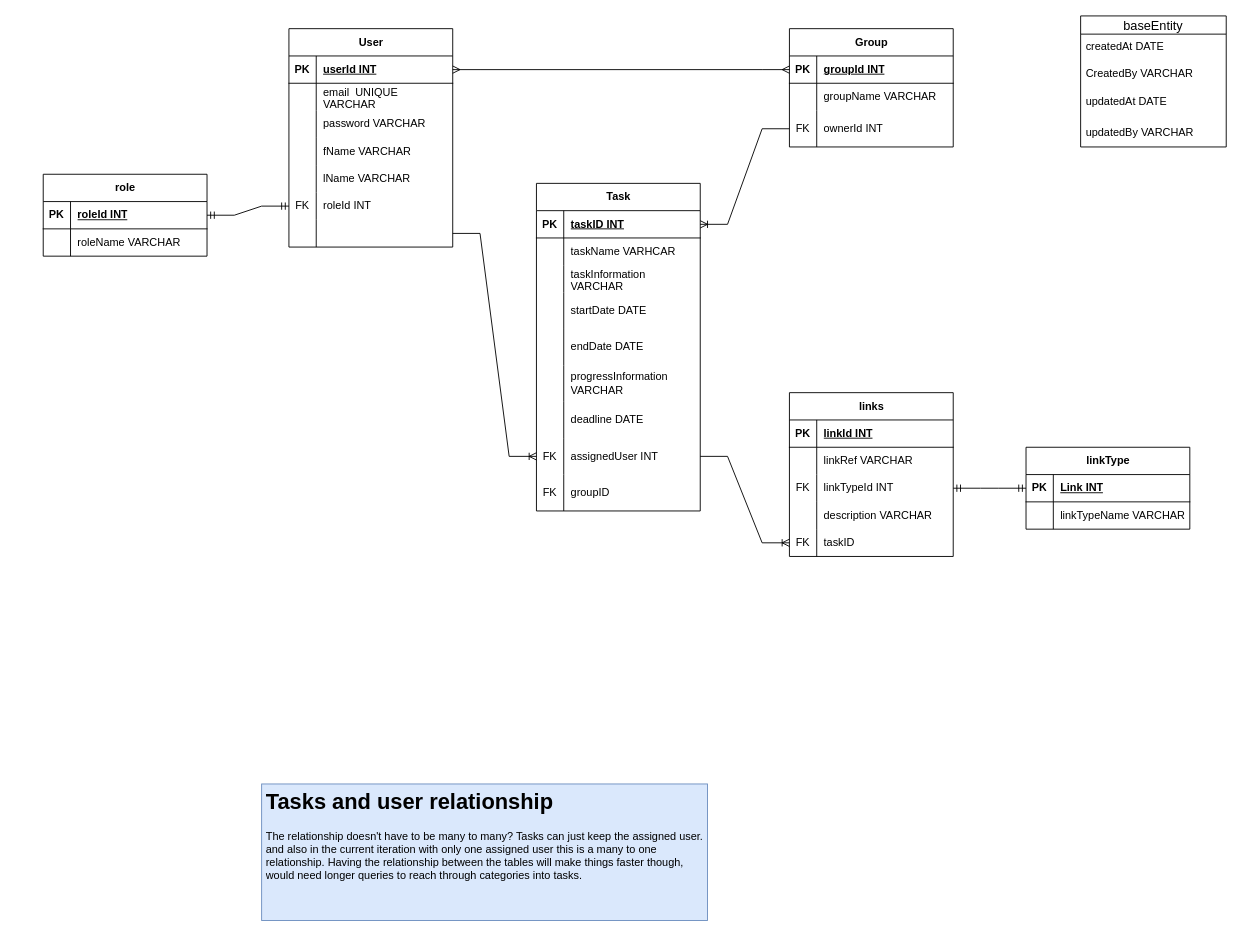
This is other/mockups/database/ERD.drawio from qutsimon/GroupTaskManager, a draw.io file, before an edit. Source tidied: cells renumbered, new cells numbered last; positions are measured from the earlier drawing's top-left corner, leaving out a move shared by most shapes. Both pictures are drawn from the tidied source at 91%, with x=0, y=0 at pixel (43, 15).
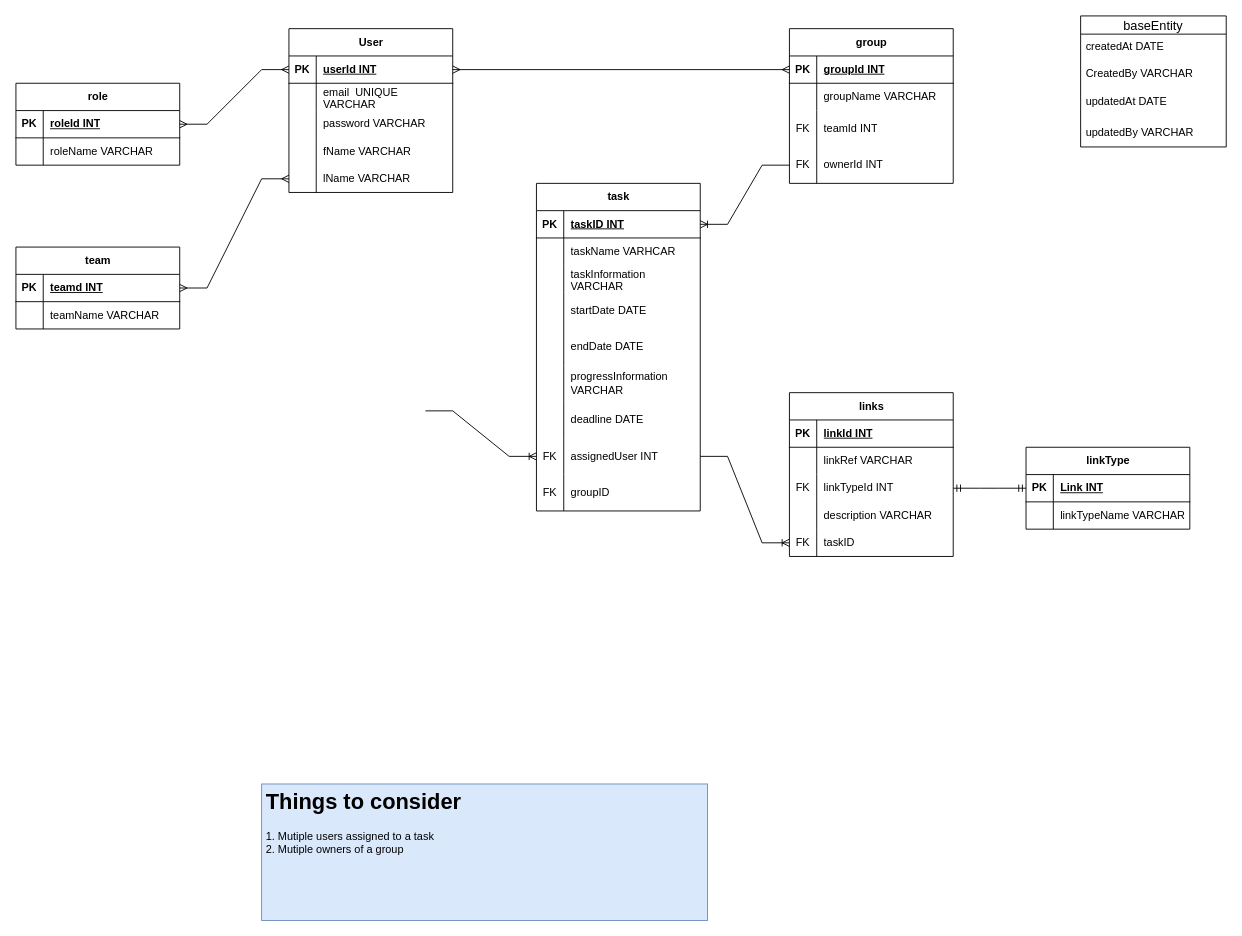
Above is the later version.

The change refers to these unchanged cells:
```xml
<mxCell id="3" style="shape=tableRow;horizontal=0;startSize=0;swimlaneHead=0;swimlaneBody=0;fillColor=none;points=[[0,0.5],[1,0.5]];portConstraint=eastwest;top=0;left=0;right=0;bottom=1;" parent="2" vertex="1">
  <mxGeometry y="30" width="180" height="30" as="geometry" />
</mxCell>
<mxCell id="15" style="shape=tableRow;horizontal=0;startSize=0;swimlaneHead=0;swimlaneBody=0;fillColor=none;points=[[0,0.5],[1,0.5]];portConstraint=eastwest;top=0;left=0;right=0;bottom=0;" parent="2" vertex="1">
  <mxGeometry y="150" width="180" height="30" as="geometry" />
</mxCell>
<mxCell id="56" style="shape=tableRow;horizontal=0;startSize=0;swimlaneHead=0;swimlaneBody=0;fillColor=none;points=[[0,0.5],[1,0.5]];portConstraint=eastwest;top=0;left=0;right=0;bottom=0;" parent="34" vertex="1">
  <mxGeometry y="280" width="180" height="40" as="geometry" />
</mxCell>
<mxCell id="86" style="shape=tableRow;horizontal=0;startSize=0;swimlaneHead=0;swimlaneBody=0;fillColor=none;points=[[0,0.5],[1,0.5]];portConstraint=eastwest;top=0;left=0;right=0;bottom=1;" parent="85" vertex="1">
  <mxGeometry y="30" width="180" height="30" as="geometry" />
</mxCell>
```

Diff of the diagram source:
```diff
@@
     <mxCell id="2" value="User" style="shape=table;startSize=30;childLayout=tableLayout;rowLines=0;fontStyle=1;align=center;html=1;" parent="1" vertex="1">
-      <mxGeometry x="270" y="14" width="180" height="240" as="geometry" />
+      <mxGeometry x="270" y="14" width="180" height="180" as="geometry" />
     </mxCell>
@@
-    <mxCell id="18" style="shape=tableRow;horizontal=0;startSize=0;swimlaneHead=0;swimlaneBody=0;fillColor=none;points=[[0,0.5],[1,0.5]];portConstraint=eastwest;top=0;left=0;right=0;bottom=0;" parent="2" vertex="1">
-      <mxGeometry y="180" width="180" height="30" as="geometry" />
-    </mxCell>
-    <mxCell id="19" value="FK" style="shape=partialRectangle;fillColor=none;top=0;left=0;bottom=0;right=0;overflow=hidden;whiteSpace=wrap;html=1;" parent="18" vertex="1">
-      <mxGeometry width="30" height="30" as="geometry" />
-    </mxCell>
-    <mxCell id="20" value="roleId INT" style="shape=partialRectangle;fillColor=none;top=0;left=0;bottom=0;right=0;align=left;spacingLeft=6;overflow=hidden;whiteSpace=wrap;html=1;" parent="18" vertex="1">
-      <mxGeometry x="30" width="150" height="30" as="geometry" />
-    </mxCell>
-    <mxCell id="21" style="shape=tableRow;horizontal=0;startSize=0;swimlaneHead=0;swimlaneBody=0;fillColor=none;points=[[0,0.5],[1,0.5]];portConstraint=eastwest;top=0;left=0;right=0;bottom=0;" parent="2" vertex="1">
-      <mxGeometry y="210" width="180" height="30" as="geometry" />
-    </mxCell>
-    <mxCell id="22" style="shape=partialRectangle;fillColor=none;top=0;left=0;bottom=0;right=0;overflow=hidden;whiteSpace=wrap;html=1;" parent="21" vertex="1">
-      <mxGeometry width="30" height="30" as="geometry" />
-    </mxCell>
-    <mxCell id="23" style="shape=partialRectangle;fillColor=none;top=0;left=0;bottom=0;right=0;align=left;spacingLeft=6;overflow=hidden;whiteSpace=wrap;html=1;" parent="21" vertex="1">
-      <mxGeometry x="30" width="150" height="30" as="geometry" />
-    </mxCell>
-    <mxCell id="24" value="Group" style="shape=table;startSize=30;childLayout=tableLayout;rowLines=0;fontStyle=1;align=center;html=1;" parent="1" vertex="1">
-      <mxGeometry x="820" y="14" width="180" height="130" as="geometry" />
+    <mxCell id="24" value="group" style="shape=table;startSize=30;childLayout=tableLayout;rowLines=0;fontStyle=1;align=center;html=1;" parent="1" vertex="1">
+      <mxGeometry x="820" y="14" width="180" height="170" as="geometry" />
     </mxCell>
@@
+    <mxCell id="104" style="shape=tableRow;horizontal=0;startSize=0;swimlaneHead=0;swimlaneBody=0;fillColor=none;top=0;left=0;right=0;bottom=0;" parent="24" vertex="1">
+      <mxGeometry y="90" width="180" height="40" as="geometry" />
+    </mxCell>
+    <mxCell id="19" value="FK" style="shape=partialRectangle;fillColor=none;top=0;left=0;bottom=0;right=0;overflow=hidden;whiteSpace=wrap;html=1;" parent="104" vertex="1">
+      <mxGeometry width="30" height="40" as="geometry" />
+    </mxCell>
+    <mxCell id="105" value="teamId INT" style="shape=partialRectangle;fillColor=none;top=0;left=0;bottom=0;right=0;align=left;spacingLeft=6;overflow=hidden;whiteSpace=wrap;html=1;" parent="104" vertex="1">
+      <mxGeometry x="30" width="150" height="40" as="geometry" />
+    </mxCell>
     <mxCell id="31" style="shape=tableRow;horizontal=0;startSize=0;swimlaneHead=0;swimlaneBody=0;fillColor=none;points=[[0,0.5],[1,0.5]];portConstraint=eastwest;top=0;left=0;right=0;bottom=0;" parent="24" vertex="1">
-      <mxGeometry y="90" width="180" height="40" as="geometry" />
+      <mxGeometry y="130" width="180" height="40" as="geometry" />
     </mxCell>
@@
-    <mxCell id="34" value="Task" style="shape=table;startSize=30;childLayout=tableLayout;rowLines=0;fontStyle=1;align=center;html=1;" parent="1" vertex="1">
+    <mxCell id="34" value="task" style="shape=table;startSize=30;childLayout=tableLayout;rowLines=0;fontStyle=1;align=center;html=1;" parent="1" vertex="1">
       <mxGeometry x="542" y="184" width="180" height="360" as="geometry" />
     </mxCell>
@@
-    <mxCell id="84" value="&lt;h1&gt;Tasks and user relationship&lt;/h1&gt;&lt;p&gt;The relationship doesn't have to be many to many? Tasks can just keep the assigned user. and also in the current iteration with only one assigned user this is a many to one relationship. Having the relationship between the tables will make things faster though, would need longer queries to reach through categories into tasks.&lt;/p&gt;" style="text;html=1;spacing=5;spacingTop=-20;whiteSpace=wrap;overflow=hidden;rounded=0;fillColor=#dae8fc;strokeColor=#6c8ebf;" parent="1" vertex="1">
+    <mxCell id="84" value="&lt;h1&gt;Things to consider&lt;/h1&gt;&lt;div&gt;1. Mutiple users assigned to a task&lt;/div&gt;&lt;div&gt;2. Mutiple owners of a group&lt;/div&gt;" style="text;html=1;spacing=5;spacingTop=-20;whiteSpace=wrap;overflow=hidden;rounded=0;fillColor=#dae8fc;strokeColor=#6c8ebf;" parent="1" vertex="1">
       <mxGeometry x="240" y="844" width="490" height="150" as="geometry" />
     </mxCell>
     <mxCell id="85" value="role" style="shape=table;startSize=30;childLayout=tableLayout;rowLines=0;fontStyle=1;align=center;html=1;" parent="1" vertex="1">
-      <mxGeometry y="174" width="180" height="90" as="geometry" />
+      <mxGeometry x="-30" y="74" width="180" height="90" as="geometry" />
     </mxCell>
@@
-    <mxCell id="99" style="edgeStyle=entityRelationEdgeStyle;fontSize=12;html=1;endArrow=ERmandOne;startArrow=ERmandOne;rounded=0;exitX=1;exitY=0.5;exitDx=0;exitDy=0;entryX=0;entryY=0.5;entryDx=0;entryDy=0;" parent="1" edge="1" source="86" target="18">
-      <mxGeometry relative="1" as="geometry">
-        <Array as="points">
-          <mxPoint x="250" y="344" />
-        </Array>
-      </mxGeometry>
-    </mxCell>
@@
-    <mxCell id="101" style="edgeStyle=entityRelationEdgeStyle;fontSize=12;html=1;endArrow=ERoneToMany;rounded=0;entryX=0;entryY=0.5;entryDx=0;entryDy=0;exitX=1;exitY=0.5;exitDx=0;exitDy=0;" parent="1" edge="1" source="21" target="56">
-      <mxGeometry relative="1" as="geometry" />
+    <mxCell id="101" style="edgeStyle=entityRelationEdgeStyle;fontSize=12;html=1;endArrow=ERoneToMany;rounded=0;entryX=0;entryY=0.5;entryDx=0;entryDy=0;exitX=1;exitY=0.5;exitDx=0;exitDy=0;" parent="1" edge="1" target="56">
+      <mxGeometry relative="1" as="geometry">
+        <mxPoint x="420" y="434" as="sourcePoint" />
+      </mxGeometry>
     </mxCell>
@@
+    <mxCell id="106" value="team" style="shape=table;startSize=30;childLayout=tableLayout;rowLines=0;fontStyle=1;align=center;html=1;" parent="1" vertex="1">
+      <mxGeometry x="-30" y="254" width="180" height="90" as="geometry" />
+    </mxCell>
+    <mxCell id="107" style="shape=tableRow;horizontal=0;startSize=0;swimlaneHead=0;swimlaneBody=0;fillColor=none;points=[[0,0.5],[1,0.5]];portConstraint=eastwest;top=0;left=0;right=0;bottom=1;" parent="106" vertex="1">
+      <mxGeometry y="30" width="180" height="30" as="geometry" />
+    </mxCell>
+    <mxCell id="108" value="PK" style="shape=partialRectangle;fillColor=none;top=0;left=0;bottom=0;right=0;fontStyle=1;overflow=hidden;whiteSpace=wrap;html=1;" parent="107" vertex="1">
+      <mxGeometry width="30" height="30" as="geometry" />
+    </mxCell>
+    <mxCell id="109" value="teamd INT" style="shape=partialRectangle;fillColor=none;top=0;left=0;bottom=0;right=0;align=left;spacingLeft=6;fontStyle=5;overflow=hidden;whiteSpace=wrap;html=1;" parent="107" vertex="1">
+      <mxGeometry x="30" width="150" height="30" as="geometry" />
+    </mxCell>
+    <mxCell id="110" style="shape=tableRow;horizontal=0;startSize=0;swimlaneHead=0;swimlaneBody=0;fillColor=none;top=0;left=0;right=0;bottom=0;" parent="106" vertex="1">
+      <mxGeometry y="60" width="180" height="30" as="geometry" />
+    </mxCell>
+    <mxCell id="22" style="shape=partialRectangle;fillColor=none;top=0;left=0;bottom=0;right=0;overflow=hidden;whiteSpace=wrap;html=1;" parent="110" vertex="1">
+      <mxGeometry width="30" height="30" as="geometry" />
+    </mxCell>
+    <mxCell id="111" value="teamName VARCHAR" style="shape=partialRectangle;fillColor=none;top=0;left=0;bottom=0;right=0;align=left;spacingLeft=6;overflow=hidden;whiteSpace=wrap;html=1;" parent="110" vertex="1">
+      <mxGeometry x="30" width="150" height="30" as="geometry" />
+    </mxCell>
+    <mxCell id="112" style="edgeStyle=entityRelationEdgeStyle;fontSize=12;html=1;endArrow=ERmany;startArrow=ERmany;rounded=0;exitX=1;exitY=0.5;exitDx=0;exitDy=0;entryX=0;entryY=0.5;entryDx=0;entryDy=0;" parent="1" edge="1" source="86" target="3">
+      <mxGeometry relative="1" as="geometry">
+        <Array as="points">
+          <mxPoint x="220" y="164" />
+        </Array>
+      </mxGeometry>
+    </mxCell>
+    <mxCell id="113" style="edgeStyle=entityRelationEdgeStyle;fontSize=12;html=1;endArrow=ERmany;startArrow=ERmany;rounded=0;exitX=1;exitY=0.5;exitDx=0;exitDy=0;entryX=0;entryY=0.5;entryDx=0;entryDy=0;" parent="1" edge="1" source="107" target="15">
+      <mxGeometry relative="1" as="geometry" />
+    </mxCell>
```
